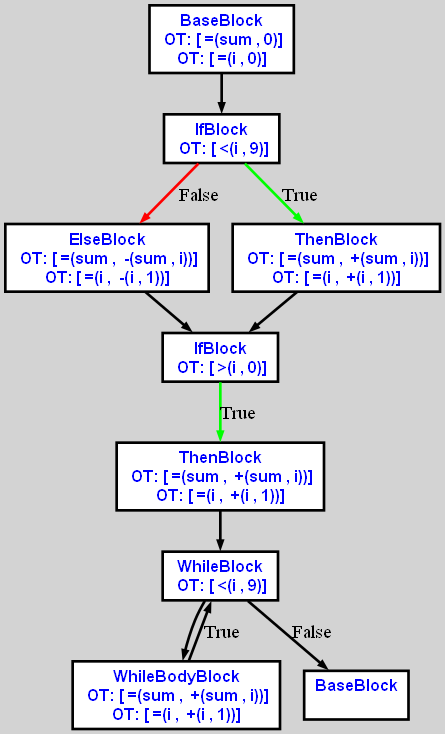
aveen007/CountingMonkeys keeps this Graphviz diagram as cpoCompilerWin/cfgi0.dot.png. Above is the earlier version. Its source is kept beside it as cpoCompilerWin/cfgi0.dot.
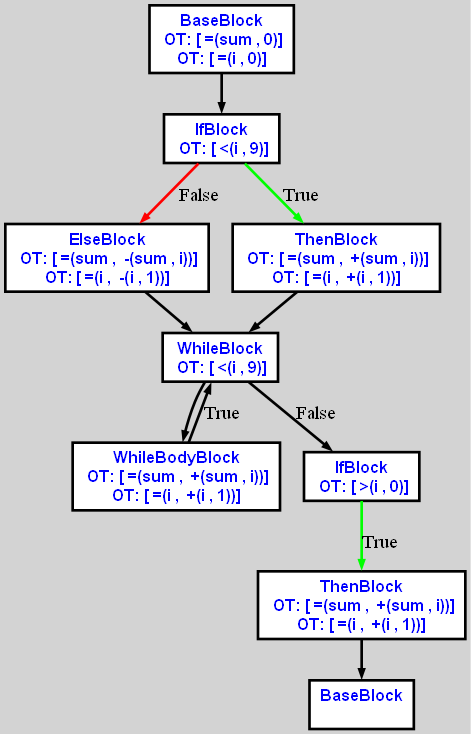
After the commit.

The edit, as a diff of the source:
```diff
@@ -4,36 +4,36 @@
 bgcolor="lightgrey";  node [shape=box, fixedsize=false, fontsize=12, fontname="Helvetica-bold", fontcolor="blue"
 width=.25, height=.25, color="black", fillcolor="white", style="filled, solid, bold"];
 
-edge [arrowsize=.5, color="black", style="bold"]    n000002204DC50290 [label="BaseBlock\n OT: [ =(sum , 0)]
+edge [arrowsize=.5, color="black", style="bold"]    n0000024D423B0220 [label="BaseBlock\n OT: [ =(sum , 0)]
 OT: [ =(i , 0)]
 "]
-    n000002204DC50290 -> n000002204DC4FDC0
-    n000002204DC4FDC0 [label="IfBlock\n OT: [ <(i , 9)]
+    n0000024D423B0220 -> n0000024D423AFE30
+    n0000024D423AFE30 [label="IfBlock\n OT: [ <(i , 9)]
 "]
-    n000002204DC4F730 [label="ElseBlock\n OT: [ =(sum ,  -(sum , i))]
+    n0000024D423AFC00 [label="ElseBlock\n OT: [ =(sum ,  -(sum , i))]
 OT: [ =(i ,  -(i , 1))]
 "]
-    n000002204DC4FB90 [label="ThenBlock\n OT: [ =(sum ,  +(sum , i))]
+    n0000024D423B0370 [label="ThenBlock\n OT: [ =(sum ,  +(sum , i))]
 OT: [ =(i ,  +(i , 1))]
 "]
-    n000002204DC4FDC0 -> n000002204DC4F730 [label="False" color="red"]
-    n000002204DC4F730 -> n000002204DC4FF80    n000002204DC4FDC0 -> n000002204DC4FB90 [label="True" color="green"]
-    n000002204DC4FB90 -> n000002204DC4FF80    n000002204DC4FF80 [label="IfBlock\n OT: [ >(i , 0)]
+    n0000024D423AFE30 -> n0000024D423AFC00 [label="False" color="red"]
+    n0000024D423AFC00 -> n0000024D423AF8F0    n0000024D423AFE30 -> n0000024D423B0370 [label="True" color="green"]
+    n0000024D423B0370 -> n0000024D423AF8F0    n0000024D423AF8F0 [label="WhileBlock\n OT: [ <(i , 9)]
 "]
-    n000002204DC4F9D0 [label="ThenBlock\n OT: [ =(sum ,  +(sum , i))]
+    n0000024D423AF8F0 -> n0000024D423B0140
+    n0000024D423B0140 [label="WhileBodyBlock\n OT: [ =(sum ,  +(sum , i))]
 OT: [ =(i ,  +(i , 1))]
 "]
-    n000002204DC4FF80 -> n000002204DC4F9D0 [label="True" color="green"]
-    n000002204DC4F9D0 -> n000002204DC503E0    n000002204DC503E0 [label="WhileBlock\n OT: [ <(i , 9)]
-"]
-    n000002204DC503E0 -> n000002204DC4F5E0
-    n000002204DC4F5E0 [label="WhileBodyBlock\n OT: [ =(sum ,  +(sum , i))]
+    n0000024D423B0140 [label="WhileBodyBlock\n OT: [ =(sum ,  +(sum , i))]
 OT: [ =(i ,  +(i , 1))]
 "]
-    n000002204DC4F5E0 [label="WhileBodyBlock\n OT: [ =(sum ,  +(sum , i))]
+    n0000024D423B0140 -> n0000024D423AF8F0 [label="True" color="black"]
+    n0000024D423AF8F0 -> n0000024D423AFF10 [label="False" color="black"]
+    n0000024D423AFF10 [label="IfBlock\n OT: [ >(i , 0)]
+"]
+    n0000024D423AFF80 [label="ThenBlock\n OT: [ =(sum ,  +(sum , i))]
 OT: [ =(i ,  +(i , 1))]
 "]
-    n000002204DC4F5E0 -> n000002204DC503E0 [label="True" color="black"]
-    n000002204DC503E0 -> n000002204DC4FC70 [label="False" color="black"]
-    n000002204DC4FC70 [label="BaseBlock\n "]
+    n0000024D423AFF10 -> n0000024D423AFF80 [label="True" color="green"]
+    n0000024D423AFF80 -> n0000024D423AF6C0    n0000024D423AF6C0 [label="BaseBlock\n "]
 }
```
